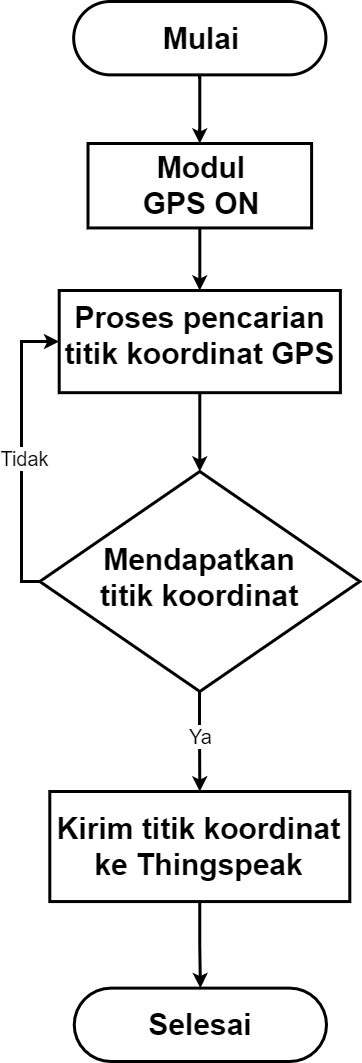
The draw.io diagram FLOWCHART MODUL GPS REV2.0.png in ajiesetyon/flowchart_PAA, before a commit. Source tidied: cells renumbered, new cells last; positions are measured from the earlier drawing's top-left corner, leaving out a move shared by most shapes.
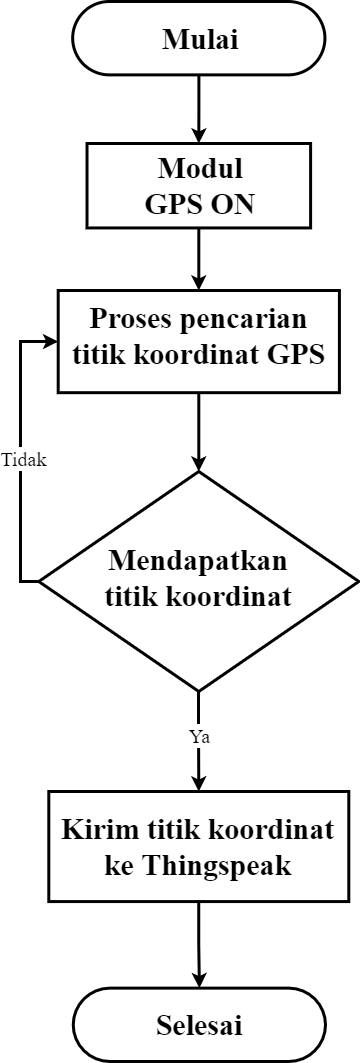
Later version of the same file.

Change to the diagram source:
```diff
@@ -11,7 +11,7 @@
     <mxCell id="4" style="rhombus;whiteSpace=wrap;html=1;strokeWidth=3;" parent="1" vertex="1">
       <mxGeometry x="18.3" y="470" width="320" height="220" as="geometry" />
     </mxCell>
-    <mxCell id="5" value="&lt;h1&gt;&lt;font style=&quot;font-size: 30px&quot;&gt;Mulai&lt;/font&gt;&lt;/h1&gt;" style="text;html=1;strokeColor=none;fillColor=none;align=center;verticalAlign=middle;whiteSpace=wrap;rounded=0;" parent="1" vertex="1">
+    <mxCell id="5" value="&lt;h1&gt;&lt;font style=&quot;font-size: 30px&quot; face=&quot;Times New Roman&quot;&gt;Mulai&lt;/font&gt;&lt;/h1&gt;" style="text;html=1;strokeColor=none;fillColor=none;align=center;verticalAlign=middle;whiteSpace=wrap;rounded=0;" parent="1" vertex="1">
       <mxGeometry x="125" y="18.3" width="110.1" height="36.7" as="geometry" />
     </mxCell>
     <mxCell id="6" style="endArrow=classic;html=1;entryX=0.5;entryY=0;entryDx=0;entryDy=0;strokeWidth=3;" parent="1" edge="1" source="4" target="9">
@@ -21,7 +21,7 @@
         </Array>
       </mxGeometry>
     </mxCell>
-    <mxCell id="7" value="&lt;font style=&quot;font-size: 20px&quot;&gt;Ya&lt;/font&gt;" style="edgeLabel;html=1;align=center;verticalAlign=middle;" parent="6" vertex="1">
+    <mxCell id="7" value="&lt;font style=&quot;font-size: 20px&quot;&gt;Ya&lt;/font&gt;" style="edgeLabel;html=1;align=center;verticalAlign=middle;fontFamily=Times New Roman;" parent="6" vertex="1">
       <mxGeometry relative="1" as="geometry">
         <mxPoint y="-6" as="offset" />
       </mxGeometry>
@@ -32,7 +32,7 @@
     <mxCell id="9" style="rounded=0;whiteSpace=wrap;html=1;align=center;strokeWidth=3;" parent="1" vertex="1">
       <mxGeometry x="28.3" y="790" width="300" height="110.1" as="geometry" />
     </mxCell>
-    <mxCell id="10" value="&lt;b&gt;&lt;font style=&quot;font-size: 30px&quot;&gt;Kirim titik koordinat ke Thingspeak&lt;/font&gt;&lt;/b&gt;" style="text;html=1;strokeColor=none;fillColor=none;align=center;verticalAlign=middle;whiteSpace=wrap;rounded=0;" parent="1" vertex="1">
+    <mxCell id="10" value="&lt;b&gt;&lt;font style=&quot;font-size: 30px&quot; face=&quot;Times New Roman&quot;&gt;Kirim titik koordinat ke Thingspeak&lt;/font&gt;&lt;/b&gt;" style="text;html=1;strokeColor=none;fillColor=none;align=center;verticalAlign=middle;whiteSpace=wrap;rounded=0;" parent="1" vertex="1">
       <mxGeometry x="31.6" y="813.4" width="291.4" height="63.4" as="geometry" />
     </mxCell>
     <mxCell id="11" style="rounded=1;whiteSpace=wrap;html=1;arcSize=50;strokeWidth=3;" parent="1" vertex="1">
@@ -41,13 +41,13 @@
     <mxCell id="12" style="edgeStyle=orthogonalEdgeStyle;rounded=0;jettySize=auto;html=1;strokeWidth=3;" parent="1" edge="1" source="9" target="11">
       <mxGeometry x="280" y="34.3" as="geometry" />
     </mxCell>
-    <mxCell id="13" value="&lt;h1&gt;&lt;font style=&quot;font-size: 30px&quot;&gt;Selesai&lt;/font&gt;&lt;/h1&gt;" style="text;html=1;strokeColor=none;fillColor=none;align=center;verticalAlign=middle;whiteSpace=wrap;rounded=0;" parent="1" vertex="1">
+    <mxCell id="13" value="&lt;h1&gt;&lt;font style=&quot;font-size: 30px&quot; face=&quot;Times New Roman&quot;&gt;Selesai&lt;/font&gt;&lt;/h1&gt;" style="text;html=1;strokeColor=none;fillColor=none;align=center;verticalAlign=middle;whiteSpace=wrap;rounded=0;" parent="1" vertex="1">
       <mxGeometry x="123.8" y="1005" width="110.1" height="36.7" as="geometry" />
     </mxCell>
     <mxCell id="14" style="rounded=0;whiteSpace=wrap;html=1;strokeWidth=3;" parent="1" vertex="1">
       <mxGeometry x="66.5" y="142" width="223.6" height="84.4" as="geometry" />
     </mxCell>
-    <mxCell id="15" value="&lt;b&gt;&lt;font style=&quot;font-size: 30px&quot;&gt;Modul GPS ON&lt;/font&gt;&lt;/b&gt;" style="text;html=1;strokeColor=none;fillColor=none;align=center;verticalAlign=middle;whiteSpace=wrap;rounded=0;" parent="1" vertex="1">
+    <mxCell id="15" value="&lt;b&gt;&lt;font style=&quot;font-size: 30px&quot; face=&quot;Times New Roman&quot;&gt;Modul GPS ON&lt;/font&gt;&lt;/b&gt;" style="text;html=1;strokeColor=none;fillColor=none;align=center;verticalAlign=middle;whiteSpace=wrap;rounded=0;" parent="1" vertex="1">
       <mxGeometry x="108.2" y="165.9" width="143.7" height="36.7" as="geometry" />
     </mxCell>
     <mxCell id="16" style="edgeStyle=orthogonalEdgeStyle;rounded=0;jettySize=auto;html=1;entryX=0.5;entryY=0;entryDx=0;entryDy=0;strokeWidth=3;" parent="1" edge="1" source="17" target="4">
@@ -64,15 +64,15 @@
         </Array>
       </mxGeometry>
     </mxCell>
-    <mxCell id="19" value="&lt;font style=&quot;font-size: 20px&quot;&gt;Tidak&lt;/font&gt;" style="edgeLabel;html=1;align=center;verticalAlign=middle;" parent="18" vertex="1">
+    <mxCell id="19" value="&lt;font style=&quot;font-size: 20px&quot; face=&quot;Times New Roman&quot;&gt;Tidak&lt;/font&gt;" style="edgeLabel;html=1;align=center;verticalAlign=middle;" parent="18" vertex="1">
       <mxGeometry x="-0.1" y="-2" relative="1" as="geometry">
         <mxPoint y="-9.3" as="offset" />
       </mxGeometry>
     </mxCell>
-    <mxCell id="20" value="&lt;b&gt;&lt;font style=&quot;font-size: 30px&quot;&gt;Proses pencarian titik koordinat GPS&lt;/font&gt;&lt;/b&gt;" style="text;html=1;strokeColor=none;fillColor=none;align=center;verticalAlign=middle;whiteSpace=wrap;rounded=0;" parent="1" vertex="1">
+    <mxCell id="20" value="&lt;b&gt;&lt;font style=&quot;font-size: 30px&quot; face=&quot;Times New Roman&quot;&gt;Proses pencarian titik koordinat GPS&lt;/font&gt;&lt;/b&gt;" style="text;html=1;strokeColor=none;fillColor=none;align=center;verticalAlign=middle;whiteSpace=wrap;rounded=0;" parent="1" vertex="1">
       <mxGeometry x="38.3" y="315.2" width="281.2" height="36.7" as="geometry" />
     </mxCell>
-    <mxCell id="21" value="&lt;b&gt;&lt;font style=&quot;font-size: 30px&quot;&gt;Mendapatkan titik koordinat&lt;/font&gt;&lt;/b&gt;" style="text;html=1;strokeColor=none;fillColor=none;align=center;verticalAlign=middle;whiteSpace=wrap;rounded=0;" parent="1" vertex="1">
+    <mxCell id="21" value="&lt;b&gt;&lt;font style=&quot;font-size: 30px&quot; face=&quot;Times New Roman&quot;&gt;Mendapatkan titik koordinat&lt;/font&gt;&lt;/b&gt;" style="text;html=1;strokeColor=none;fillColor=none;align=center;verticalAlign=middle;whiteSpace=wrap;rounded=0;" parent="1" vertex="1">
       <mxGeometry x="72.4" y="561.2" width="211.7" height="29.2" as="geometry" />
     </mxCell>
     <mxCell id="22" style="edgeStyle=orthogonalEdgeStyle;rounded=0;jettySize=auto;html=1;strokeWidth=3;" parent="1" edge="1" source="14" target="17">
```
